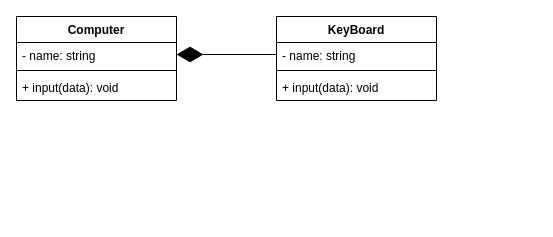
Earlier version of the draw.io diagram page "Page-2" (1 of 2) of UML_design.drawio (natasha-cloud/bc14-software-design). Source tidied: cells renumbered, new cells numbered last; positions are measured from the earlier drawing's top-left corner, leaving out a move shared by most shapes. Both pictures are drawn from the tidied source at 100%, with x=0, y=0 at pixel (16, 16).
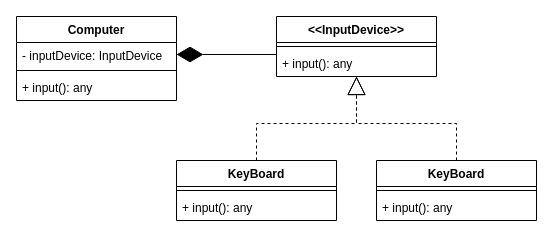
After the change.

What changed in the source:
```diff
@@
 <mxGraphModel>
   <root>
     <mxCell id="0" />
     <mxCell id="1" parent="0" />
     <mxCell id="2" value="Computer" style="swimlane;fontStyle=1;align=center;verticalAlign=top;horizontal=1;startSize=26;" parent="1" vertex="1">
       <mxGeometry width="160" height="84" as="geometry" />
     </mxCell>
-    <mxCell id="3" value="- name: string&#10;" style="text;strokeColor=none;fillColor=none;align=left;verticalAlign=top;spacingLeft=4;spacingRight=4;overflow=hidden;points=[[0,0.5],[1,0.5]];portConstraint=eastwest;" parent="2" vertex="1">
+    <mxCell id="3" value="- inputDevice: InputDevice" style="text;strokeColor=none;fillColor=none;align=left;verticalAlign=top;spacingLeft=4;spacingRight=4;overflow=hidden;points=[[0,0.5],[1,0.5]];portConstraint=eastwest;" parent="2" vertex="1">
       <mxGeometry y="26" width="160" height="24" as="geometry" />
     </mxCell>
     <mxCell id="4" style="line;strokeWidth=1;fillColor=none;align=left;verticalAlign=middle;spacingTop=-1;spacingLeft=3;spacingRight=3;labelPosition=right;" parent="2" vertex="1">
       <mxGeometry y="50" width="160" height="8" as="geometry" />
     </mxCell>
-    <mxCell id="5" value="+ input(data): void" style="text;strokeColor=none;fillColor=none;align=left;verticalAlign=top;spacingLeft=4;spacingRight=4;overflow=hidden;" parent="2" vertex="1">
+    <mxCell id="5" value="+ input(): any" style="text;strokeColor=none;fillColor=none;align=left;verticalAlign=top;spacingLeft=4;spacingRight=4;overflow=hidden;" parent="2" vertex="1">
       <mxGeometry y="58" width="160" height="26" as="geometry" />
     </mxCell>
-    <mxCell id="6" value="KeyBoard" style="swimlane;fontStyle=1;align=center;verticalAlign=top;horizontal=1;startSize=26;" parent="1" vertex="1">
-      <mxGeometry x="260" width="160" height="84" as="geometry" />
+    <mxCell id="6" value="&lt;&lt;InputDevice&gt;&gt;" style="swimlane;fontStyle=1;align=center;verticalAlign=top;horizontal=1;startSize=26;" parent="1" vertex="1">
+      <mxGeometry x="260" width="160" height="60" as="geometry" />
     </mxCell>
-    <mxCell id="7" value="- name: string&#10;" style="text;strokeColor=none;fillColor=none;align=left;verticalAlign=top;spacingLeft=4;spacingRight=4;overflow=hidden;points=[[0,0.5],[1,0.5]];portConstraint=eastwest;" parent="6" vertex="1">
-      <mxGeometry y="26" width="160" height="24" as="geometry" />
-    </mxCell>
     <mxCell id="8" style="line;strokeWidth=1;fillColor=none;align=left;verticalAlign=middle;spacingTop=-1;spacingLeft=3;spacingRight=3;labelPosition=right;" parent="6" vertex="1">
-      <mxGeometry y="50" width="160" height="8" as="geometry" />
+      <mxGeometry y="26" width="160" height="8" as="geometry" />
     </mxCell>
-    <mxCell id="9" value="+ input(data): void" style="text;strokeColor=none;fillColor=none;align=left;verticalAlign=top;spacingLeft=4;spacingRight=4;overflow=hidden;" parent="6" vertex="1">
-      <mxGeometry y="58" width="160" height="26" as="geometry" />
+    <mxCell id="9" value="+ input(): any" style="text;strokeColor=none;fillColor=none;align=left;verticalAlign=top;spacingLeft=4;spacingRight=4;overflow=hidden;" parent="6" vertex="1">
+      <mxGeometry y="34" width="160" height="26" as="geometry" />
     </mxCell>
-    <mxCell id="10" style="endArrow=diamondThin;endFill=1;endSize=24;html=1;rounded=0;entryX=1;entryY=0.5;entryDx=0;entryDy=0;exitX=0;exitY=0.5;exitDx=0;exitDy=0;" parent="1" edge="1" source="7" target="3">
-      <mxGeometry relative="1" as="geometry" />
+    <mxCell id="10" style="endArrow=diamondThin;endFill=1;endSize=24;html=1;rounded=0;entryX=1;entryY=0.5;entryDx=0;entryDy=0;exitX=0;exitY=0.5;exitDx=0;exitDy=0;" parent="1" edge="1" target="3">
+      <mxGeometry relative="1" as="geometry">
+        <mxPoint x="260" y="38" as="sourcePoint" />
+      </mxGeometry>
     </mxCell>
+    <mxCell id="11" style="edgeStyle=orthogonalEdgeStyle;rounded=0;jettySize=auto;html=1;dashed=1;endArrow=block;endFill=0;endSize=16;" parent="1" edge="1" source="12" target="6">
+      <mxGeometry relative="1" as="geometry" />
+    </mxCell>
+    <mxCell id="12" value="KeyBoard" style="swimlane;fontStyle=1;align=center;verticalAlign=top;horizontal=1;startSize=26;" parent="1" vertex="1">
+      <mxGeometry x="160" y="144" width="160" height="60" as="geometry" />
+    </mxCell>
+    <mxCell id="13" style="line;strokeWidth=1;fillColor=none;align=left;verticalAlign=middle;spacingTop=-1;spacingLeft=3;spacingRight=3;labelPosition=right;" parent="12" vertex="1">
+      <mxGeometry y="26" width="160" height="8" as="geometry" />
+    </mxCell>
+    <mxCell id="14" value="+ input(): any" style="text;strokeColor=none;fillColor=none;align=left;verticalAlign=top;spacingLeft=4;spacingRight=4;overflow=hidden;" parent="12" vertex="1">
+      <mxGeometry y="34" width="160" height="26" as="geometry" />
+    </mxCell>
+    <mxCell id="15" style="edgeStyle=orthogonalEdgeStyle;rounded=0;jettySize=auto;html=1;dashed=1;endArrow=block;endFill=0;endSize=16;" parent="1" edge="1" source="16" target="6">
+      <mxGeometry relative="1" as="geometry" />
+    </mxCell>
+    <mxCell id="16" value="KeyBoard" style="swimlane;fontStyle=1;align=center;verticalAlign=top;horizontal=1;startSize=26;" parent="1" vertex="1">
+      <mxGeometry x="360" y="144" width="160" height="60" as="geometry" />
+    </mxCell>
+    <mxCell id="17" style="line;strokeWidth=1;fillColor=none;align=left;verticalAlign=middle;spacingTop=-1;spacingLeft=3;spacingRight=3;labelPosition=right;" parent="16" vertex="1">
+      <mxGeometry y="26" width="160" height="8" as="geometry" />
+    </mxCell>
+    <mxCell id="18" value="+ input(): any" style="text;strokeColor=none;fillColor=none;align=left;verticalAlign=top;spacingLeft=4;spacingRight=4;overflow=hidden;" parent="16" vertex="1">
+      <mxGeometry y="34" width="160" height="26" as="geometry" />
+    </mxCell>
   </root>
 </mxGraphModel>
```
